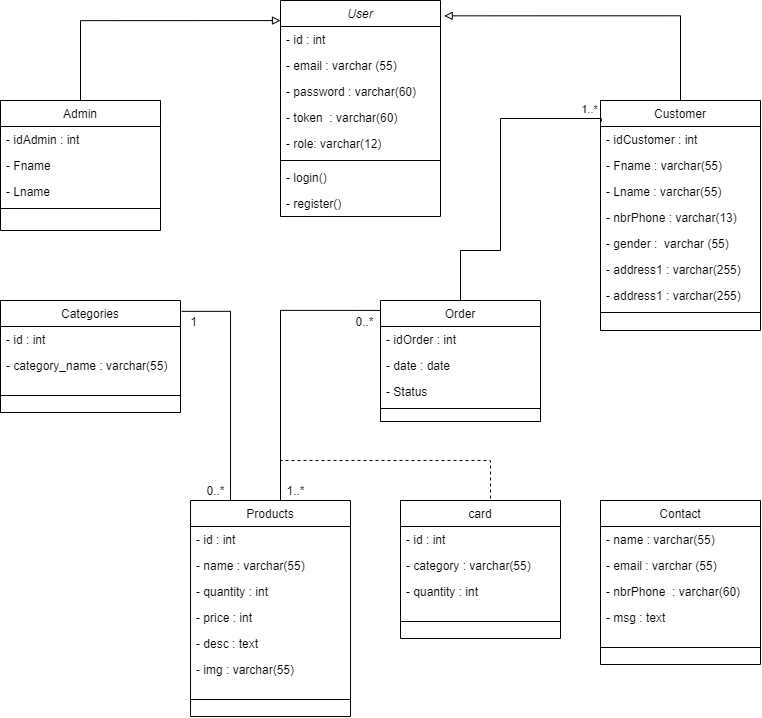
This is UML/Class Diagram.png from yassineelhoubi/ecommerce-website, a draw.io export, as it was before one commit. Source tidied: cells renumbered, new cells last; positions are measured from the earlier drawing's top-left corner, leaving out a move shared by most shapes.
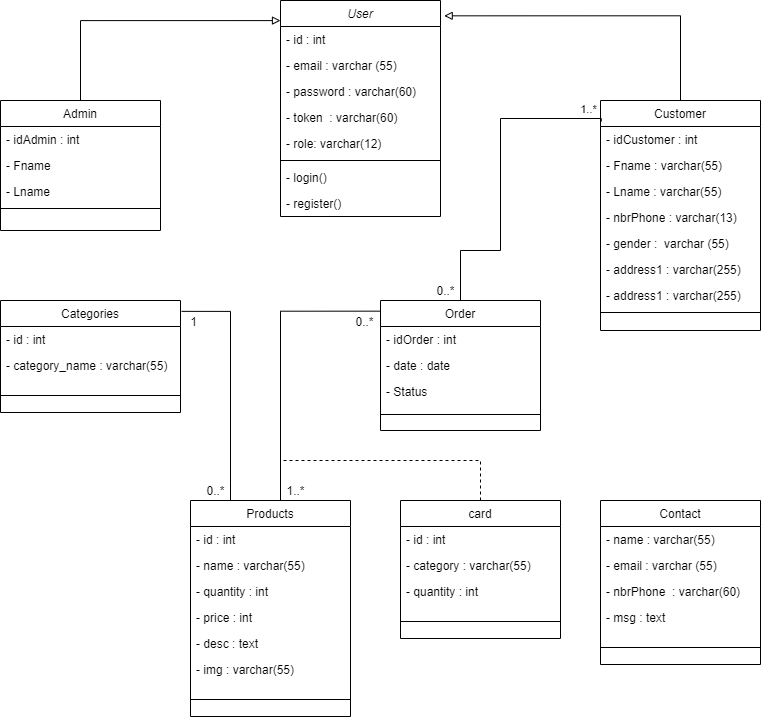
The same file after the commit.

Commit message:
update class diagram

Change to the diagram source:
```diff
@@ -101,7 +101,7 @@
       </mxGeometry>
     </mxCell>
     <mxCell id="30" value="Order" style="swimlane;fontStyle=0;align=center;verticalAlign=top;horizontal=1;startSize=26;rounded=0;shadow=0;strokeWidth=1;" parent="1" vertex="1">
-      <mxGeometry x="380" y="300" width="160" height="121" as="geometry" />
+      <mxGeometry x="380" y="300" width="160" height="130" as="geometry" />
     </mxCell>
     <mxCell id="31" value="- idOrder : int" style="text;align=left;verticalAlign=top;spacingLeft=4;spacingRight=4;overflow=hidden;" parent="30" vertex="1">
       <mxGeometry y="26" width="160" height="26" as="geometry" />
@@ -113,7 +113,7 @@
       <mxGeometry y="78" width="160" height="26" as="geometry" />
     </mxCell>
     <mxCell id="34" style="line;html=1;strokeWidth=1;align=left;verticalAlign=middle;spacingTop=-1;spacingLeft=3;spacingRight=3;labelPosition=right;" parent="30" vertex="1">
-      <mxGeometry y="104" width="160" height="8" as="geometry" />
+      <mxGeometry y="104" width="160" height="20" as="geometry" />
     </mxCell>
     <mxCell id="35" style="edgeStyle=orthogonalEdgeStyle;rounded=0;jettySize=auto;html=1;exitX=0.25;exitY=0;exitDx=0;exitDy=0;entryX=1.006;entryY=0.097;entryDx=0;entryDy=0;entryPerimeter=0;endArrow=none;endFill=0;" parent="1" edge="1" source="36" target="50">
       <mxGeometry relative="1" as="geometry">
@@ -150,7 +150,7 @@
       <mxGeometry relative="1" as="geometry">
         <mxPoint x="280" y="460" as="targetPoint" />
         <Array as="points">
-          <mxPoint x="490" y="460" />
+          <mxPoint x="480" y="460" />
         </Array>
       </mxGeometry>
     </mxCell>
@@ -211,5 +211,8 @@
     <mxCell id="63" value="0..*" style="text;html=1;align=center;verticalAlign=middle;strokeColor=none;" parent="1" vertex="1">
       <mxGeometry x="200" y="480" width="30" height="20" as="geometry" />
     </mxCell>
+    <mxCell id="64" value="0..*" style="text;html=1;align=center;verticalAlign=middle;strokeColor=none;" parent="1" vertex="1">
+      <mxGeometry x="430" y="280" width="30" height="20" as="geometry" />
+    </mxCell>
   </root>
 </mxGraphModel>
```
